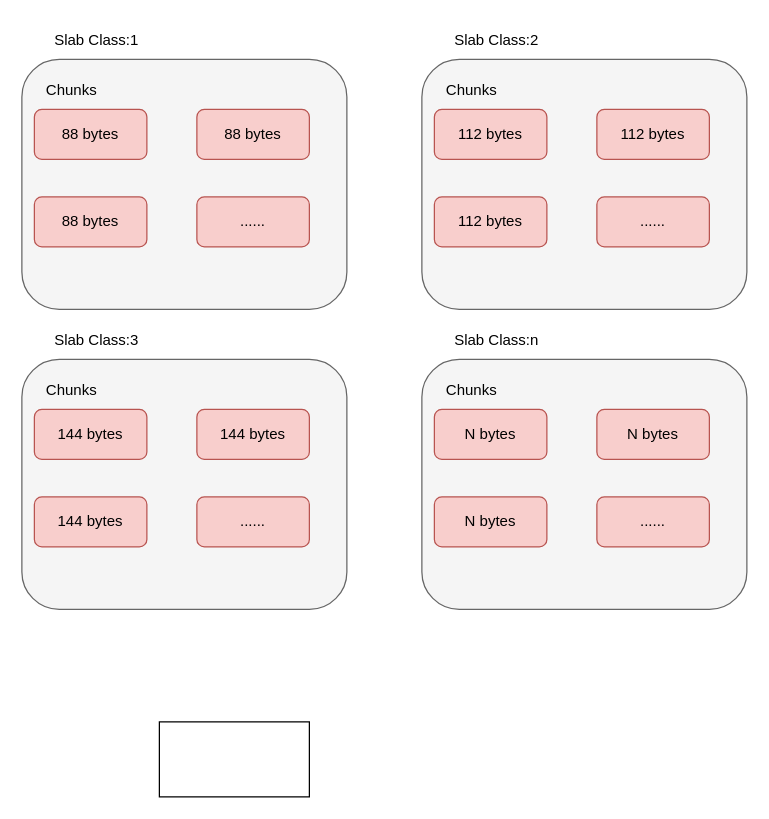
The draw.io diagram distribute-cache/memcached.drawio in qin8948050/diagram, before the edit. Source tidied: cells renumbered, new cells numbered last; positions are measured from the earlier drawing's top-left corner, leaving out a move shared by most shapes. Both pictures are drawn from the tidied source at 125%, with x=0, y=0 at pixel (21, 21).
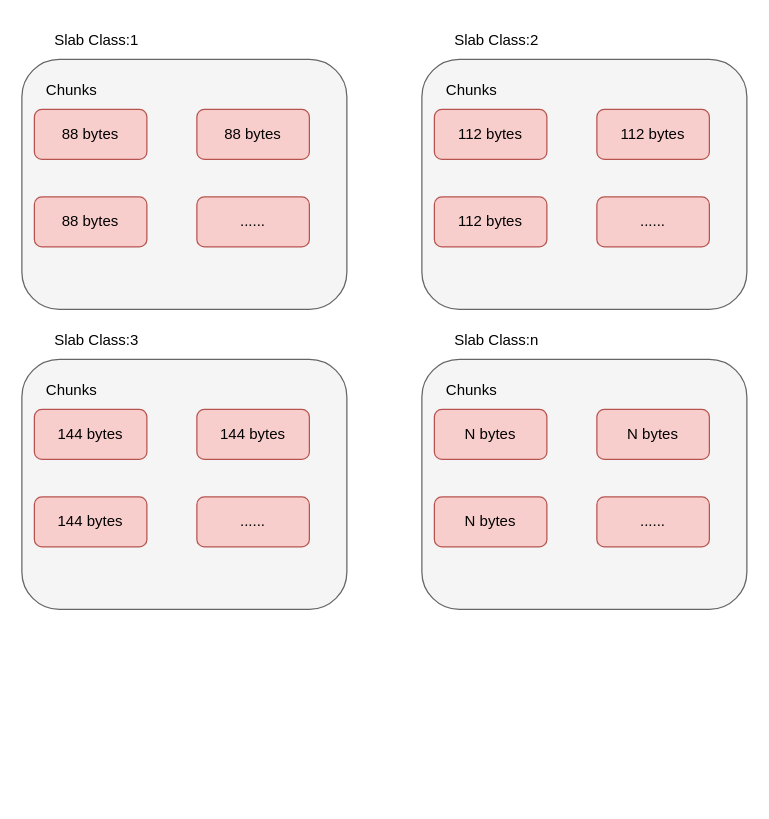
After the change.

Change to the diagram source:
```diff
@@
-    <mxCell id="30" style="rounded=0;whiteSpace=wrap;html=1;hachureGap=4;" parent="1" vertex="1">
-      <mxGeometry x="110" y="560" width="120" height="60" as="geometry" />
-    </mxCell>
```
